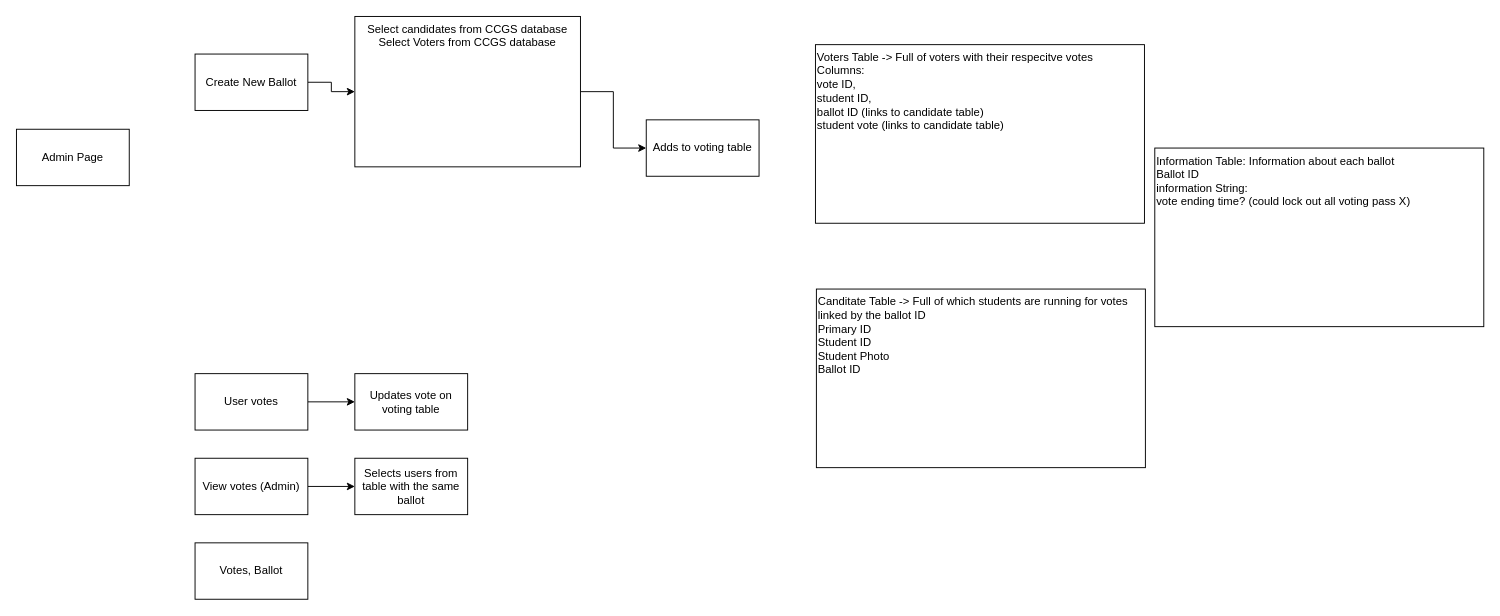
Above: General.drawio in Ch3ngL0rd/phpVoting (draw.io), before the change. Source tidied: cells renumbered, new cells numbered last; positions are measured from the earlier drawing's top-left corner, leaving out a move shared by most shapes. Both pictures are drawn from the tidied source at 94%, with x=0, y=0 at pixel (16, 16).
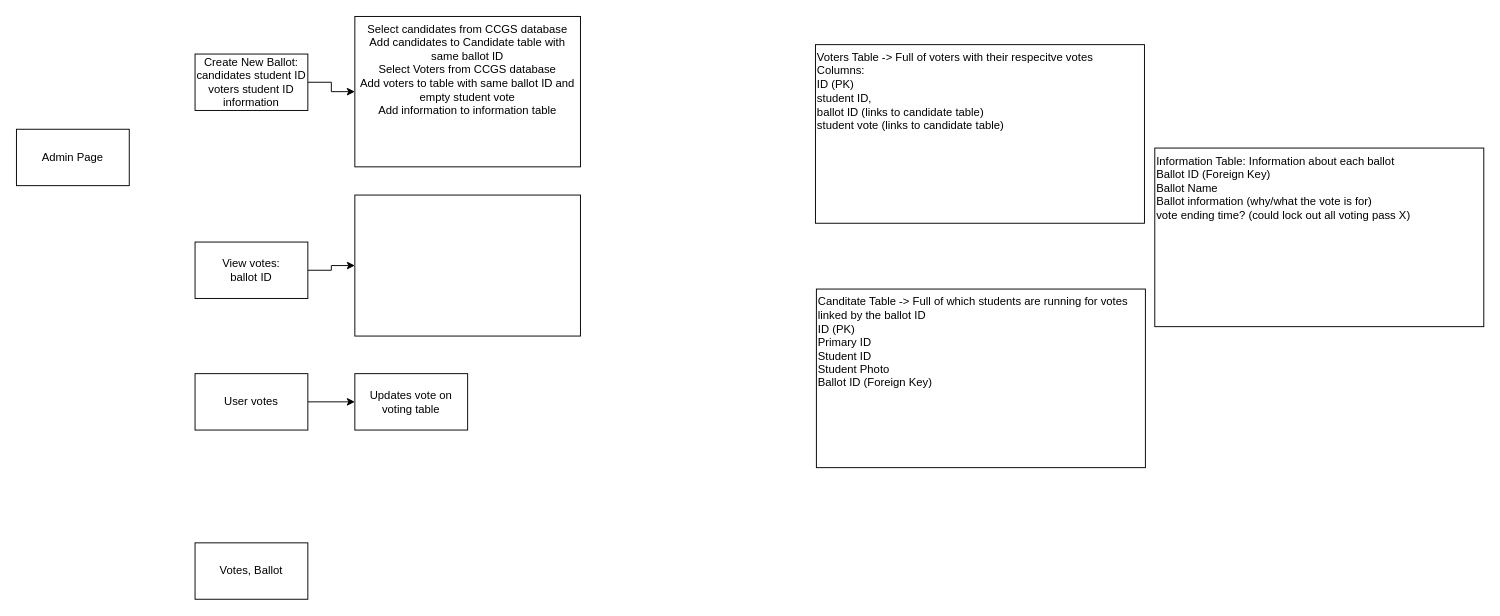
Above is the later version.

The edit, as a diff of the source:
```diff
@@
 <mxGraphModel>
   <root>
     <mxCell id="0" />
     <mxCell id="1" parent="0" />
     <mxCell id="2" value="Admin Page" style="rounded=0;whiteSpace=wrap;html=1;" parent="1" vertex="1">
       <mxGeometry y="120" width="120" height="60" as="geometry" />
     </mxCell>
     <mxCell id="3" style="edgeStyle=orthogonalEdgeStyle;rounded=0;jettySize=auto;html=1;entryX=0;entryY=0.5;entryDx=0;entryDy=0;" parent="1" edge="1" source="4" target="6">
       <mxGeometry relative="1" as="geometry" />
     </mxCell>
-    <mxCell id="4" value="Create New Ballot" style="rounded=0;whiteSpace=wrap;html=1;" parent="1" vertex="1">
+    <mxCell id="4" value="Create New Ballot:&lt;br&gt;candidates student ID&lt;br&gt;voters student ID&lt;br&gt;information" style="rounded=0;whiteSpace=wrap;html=1;" parent="1" vertex="1">
       <mxGeometry x="190" y="40" width="120" height="60" as="geometry" />
     </mxCell>
-    <mxCell id="5" style="edgeStyle=orthogonalEdgeStyle;rounded=0;jettySize=auto;html=1;entryX=0;entryY=0.5;entryDx=0;entryDy=0;" parent="1" edge="1" source="6" target="7">
-      <mxGeometry relative="1" as="geometry" />
-    </mxCell>
-    <mxCell id="6" value="Select candidates from CCGS database&lt;br&gt;Select Voters from CCGS database&lt;br&gt;" style="rounded=0;whiteSpace=wrap;html=1;verticalAlign=top;" parent="1" vertex="1">
+    <mxCell id="6" value="Select candidates from CCGS database&lt;br&gt;Add candidates to Candidate table with same ballot ID&lt;br&gt;Select Voters from CCGS database&lt;br&gt;Add voters to table with same ballot ID and empty student vote&lt;br&gt;Add information to information table" style="rounded=0;whiteSpace=wrap;html=1;verticalAlign=top;" parent="1" vertex="1">
       <mxGeometry x="360" width="240" height="160" as="geometry" />
     </mxCell>
-    <mxCell id="7" value="Adds to voting table" style="rounded=0;whiteSpace=wrap;html=1;" parent="1" vertex="1">
-      <mxGeometry x="670" y="110" width="120" height="60" as="geometry" />
-    </mxCell>
-    <mxCell id="8" value="Voters Table -&amp;gt; Full of voters with their respecitve votes&lt;br&gt;Columns:&lt;br&gt;vote ID,&lt;br&gt;student ID,&lt;br&gt;ballot ID (links to candidate table)&lt;br&gt;student vote (links to candidate table)" style="rounded=0;whiteSpace=wrap;html=1;align=left;horizontal=1;verticalAlign=top;" parent="1" vertex="1">
+    <mxCell id="8" value="Voters Table -&amp;gt; Full of voters with their respecitve votes&lt;br&gt;Columns:&lt;br&gt;ID (PK)&lt;br&gt;student ID,&lt;br&gt;ballot ID (links to candidate table)&lt;br&gt;student vote (links to candidate table)" style="rounded=0;whiteSpace=wrap;html=1;align=left;horizontal=1;verticalAlign=top;" parent="1" vertex="1">
       <mxGeometry x="850" y="30" width="350" height="190" as="geometry" />
     </mxCell>
     <mxCell id="9" style="edgeStyle=orthogonalEdgeStyle;rounded=0;orthogonalLoop=1;jettySize=auto;html=1;" parent="1" edge="1">
       <mxGeometry relative="1" as="geometry">
         <mxPoint x="311" y="180" as="sourcePoint" />
       </mxGeometry>
     </mxCell>
     <mxCell id="10" style="edgeStyle=orthogonalEdgeStyle;rounded=0;jettySize=auto;html=1;" parent="1" edge="1" source="11" target="12">
       <mxGeometry relative="1" as="geometry" />
     </mxCell>
-    <mxCell id="11" value="View votes (Admin)" style="rounded=0;whiteSpace=wrap;html=1;" parent="1" vertex="1">
-      <mxGeometry x="190" y="470" width="120" height="60" as="geometry" />
+    <mxCell id="11" value="View votes:&lt;br&gt;ballot ID" style="rounded=0;whiteSpace=wrap;html=1;" parent="1" vertex="1">
+      <mxGeometry x="190" y="240" width="120" height="60" as="geometry" />
     </mxCell>
-    <mxCell id="12" value="Selects users from table with the same ballot" style="rounded=0;whiteSpace=wrap;html=1;" parent="1" vertex="1">
-      <mxGeometry x="360" y="470" width="120" height="60" as="geometry" />
+    <mxCell id="12" style="rounded=0;whiteSpace=wrap;html=1;verticalAlign=top;" parent="1" vertex="1">
+      <mxGeometry x="360" y="190" width="240" height="150" as="geometry" />
     </mxCell>
     <mxCell id="13" style="edgeStyle=orthogonalEdgeStyle;rounded=0;jettySize=auto;html=1;entryX=0;entryY=0.5;entryDx=0;entryDy=0;" parent="1" edge="1" source="14" target="15">
       <mxGeometry relative="1" as="geometry" />
     </mxCell>
     <mxCell id="14" value="User votes" style="rounded=0;whiteSpace=wrap;html=1;" parent="1" vertex="1">
       <mxGeometry x="190" y="380" width="120" height="60" as="geometry" />
     </mxCell>
     <mxCell id="15" value="Updates vote on voting table" style="rounded=0;whiteSpace=wrap;html=1;" parent="1" vertex="1">
       <mxGeometry x="360" y="380" width="120" height="60" as="geometry" />
     </mxCell>
     <mxCell id="16" value="Votes, Ballot" style="rounded=0;whiteSpace=wrap;html=1;" parent="1" vertex="1">
       <mxGeometry x="190" y="560" width="120" height="60" as="geometry" />
     </mxCell>
-    <mxCell id="17" value="Canditate Table -&amp;gt; Full of which students are running for votes linked by the ballot ID&lt;br&gt;Primary ID&lt;br&gt;Student ID&lt;br&gt;Student Photo&lt;br&gt;Ballot ID" style="rounded=0;whiteSpace=wrap;html=1;align=left;horizontal=1;verticalAlign=top;" parent="1" vertex="1">
+    <mxCell id="17" value="Canditate Table -&amp;gt; Full of which students are running for votes linked by the ballot ID&lt;br&gt;ID (PK)&lt;br&gt;Primary ID&lt;br&gt;Student ID&lt;br&gt;Student Photo&lt;br&gt;Ballot ID (Foreign Key)" style="rounded=0;whiteSpace=wrap;html=1;align=left;horizontal=1;verticalAlign=top;" parent="1" vertex="1">
       <mxGeometry x="851" y="290" width="350" height="190" as="geometry" />
     </mxCell>
-    <mxCell id="18" value="Information Table: Information about each ballot&lt;br&gt;Ballot ID&lt;br&gt;information String:&lt;br&gt;vote ending time? (could lock out all voting pass X)&lt;br&gt;" style="rounded=0;whiteSpace=wrap;html=1;align=left;horizontal=1;verticalAlign=top;" parent="1" vertex="1">
+    <mxCell id="18" value="Information Table: Information about each ballot&lt;br&gt;Ballot ID (Foreign Key)&lt;br&gt;Ballot Name&lt;br&gt;Ballot information (why/what the vote is for)&lt;br&gt;vote ending time? (could lock out all voting pass X)" style="rounded=0;whiteSpace=wrap;html=1;align=left;horizontal=1;verticalAlign=top;" parent="1" vertex="1">
       <mxGeometry x="1211" y="140" width="350" height="190" as="geometry" />
     </mxCell>
   </root>
 </mxGraphModel>
```
